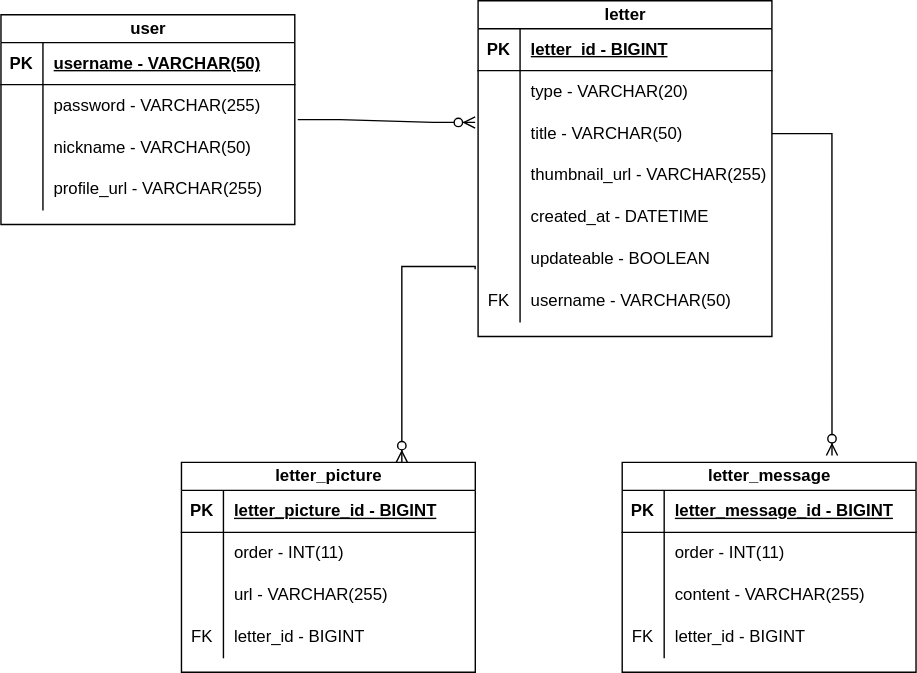
Earlier version of the draw.io export document/erd_hoonsletter.drawio.svg (kangdaelyeol/hoonsletter_back_springboot). Source tidied: cells renumbered, new cells last; positions are measured from the earlier drawing's top-left corner, leaving out a move shared by most shapes.
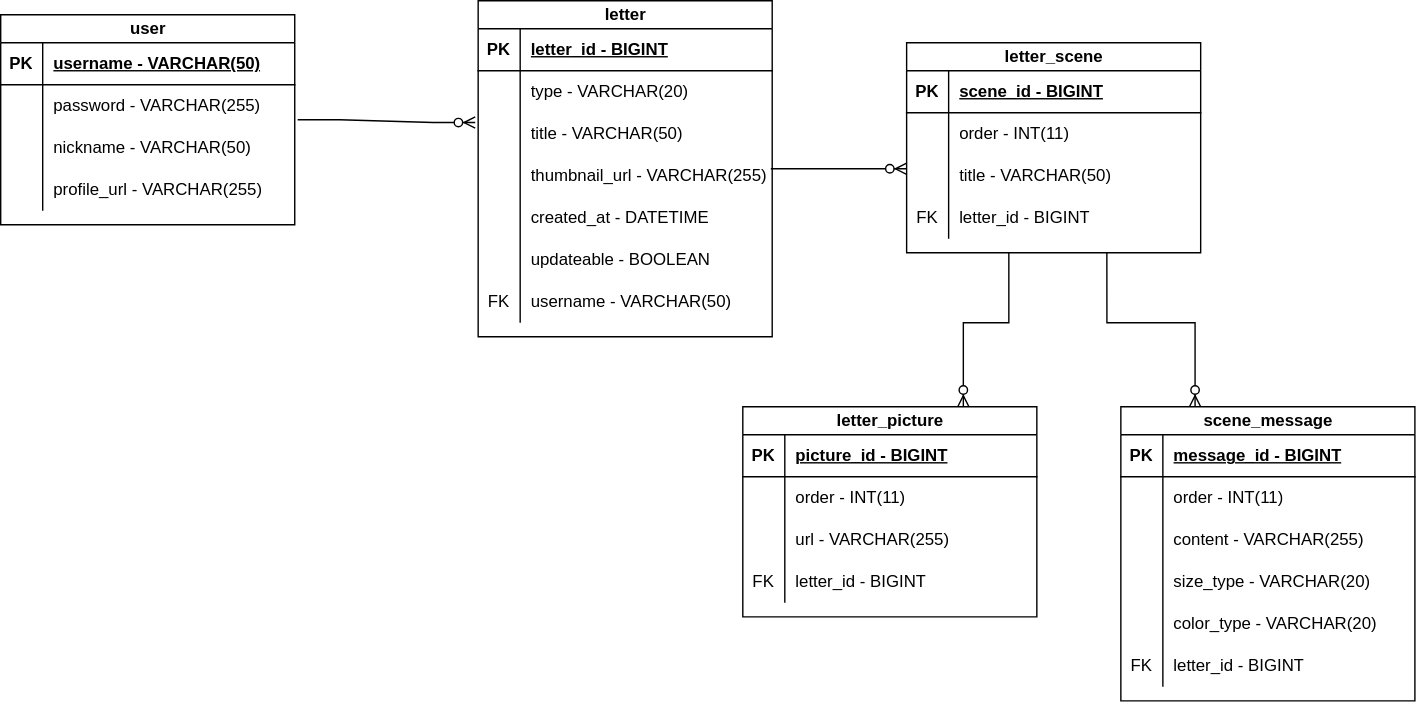
After the change.

What changed in the source:
```diff
@@ -108,7 +108,7 @@
       <mxGeometry x="30" width="180" height="30" as="geometry" />
     </mxCell>
     <mxCell id="37" value="letter_picture" style="shape=table;startSize=20;rowLines=0;fontStyle=1;align=center;html=1;" parent="1" vertex="1">
-      <mxGeometry x="129" y="330" width="210" height="150" as="geometry" />
+      <mxGeometry x="530" y="290" width="210" height="150" as="geometry" />
     </mxCell>
     <mxCell id="38" style="shape=tableRow;horizontal=0;startSize=0;swimlaneHead=0;swimlaneBody=0;fillColor=none;top=0;left=0;right=0;bottom=1;" parent="37" vertex="1">
       <mxGeometry y="20" width="210" height="30" as="geometry" />
@@ -116,7 +116,7 @@
     <mxCell id="39" value="PK" style="shape=partialRectangle;fillColor=none;top=0;left=0;bottom=0;right=0;fontStyle=1;overflow=hidden;whiteSpace=wrap;html=1;" parent="38" vertex="1">
       <mxGeometry width="30" height="30" as="geometry" />
     </mxCell>
-    <mxCell id="40" value="letter_picture_id - BIGINT" style="shape=partialRectangle;fillColor=none;top=0;left=0;bottom=0;right=0;align=left;spacingLeft=6;fontStyle=5;overflow=hidden;whiteSpace=wrap;html=1;" parent="38" vertex="1">
+    <mxCell id="40" value="picture_id - BIGINT" style="shape=partialRectangle;fillColor=none;top=0;left=0;bottom=0;right=0;align=left;spacingLeft=6;fontStyle=5;overflow=hidden;whiteSpace=wrap;html=1;" parent="38" vertex="1">
       <mxGeometry x="30" width="180" height="30" as="geometry" />
     </mxCell>
     <mxCell id="41" style="shape=tableRow;horizontal=0;startSize=0;swimlaneHead=0;swimlaneBody=0;fillColor=none;top=0;left=0;right=0;bottom=0;" parent="37" vertex="1">
@@ -146,8 +146,8 @@
     <mxCell id="49" value="letter_id - BIGINT" style="shape=partialRectangle;fillColor=none;top=0;left=0;bottom=0;right=0;align=left;spacingLeft=6;overflow=hidden;whiteSpace=wrap;html=1;" parent="47" vertex="1">
       <mxGeometry x="30" width="180" height="30" as="geometry" />
     </mxCell>
-    <mxCell id="50" value="letter_message" style="shape=table;startSize=20;rowLines=0;fontStyle=1;align=center;html=1;" parent="1" vertex="1">
-      <mxGeometry x="444" y="330" width="210" height="150" as="geometry" />
+    <mxCell id="50" value="scene_message" style="shape=table;startSize=20;rowLines=0;fontStyle=1;align=center;html=1;" parent="1" vertex="1">
+      <mxGeometry x="800" y="290" width="210" height="210" as="geometry" />
     </mxCell>
     <mxCell id="51" style="shape=tableRow;horizontal=0;startSize=0;swimlaneHead=0;swimlaneBody=0;fillColor=none;top=0;left=0;right=0;bottom=1;" parent="50" vertex="1">
       <mxGeometry y="20" width="210" height="30" as="geometry" />
@@ -155,7 +155,7 @@
     <mxCell id="52" value="PK" style="shape=partialRectangle;fillColor=none;top=0;left=0;bottom=0;right=0;fontStyle=1;overflow=hidden;whiteSpace=wrap;html=1;" parent="51" vertex="1">
       <mxGeometry width="30" height="30" as="geometry" />
     </mxCell>
-    <mxCell id="53" value="letter_message_id - BIGINT" style="shape=partialRectangle;fillColor=none;top=0;left=0;bottom=0;right=0;align=left;spacingLeft=6;fontStyle=5;overflow=hidden;whiteSpace=wrap;html=1;" parent="51" vertex="1">
+    <mxCell id="53" value="message_id - BIGINT" style="shape=partialRectangle;fillColor=none;top=0;left=0;bottom=0;right=0;align=left;spacingLeft=6;fontStyle=5;overflow=hidden;whiteSpace=wrap;html=1;" parent="51" vertex="1">
       <mxGeometry x="30" width="180" height="30" as="geometry" />
     </mxCell>
     <mxCell id="54" style="shape=tableRow;horizontal=0;startSize=0;swimlaneHead=0;swimlaneBody=0;fillColor=none;top=0;left=0;right=0;bottom=0;" parent="50" vertex="1">
@@ -176,8 +176,26 @@
     <mxCell id="59" value="content - VARCHAR(255)" style="shape=partialRectangle;fillColor=none;top=0;left=0;bottom=0;right=0;align=left;spacingLeft=6;overflow=hidden;whiteSpace=wrap;html=1;" parent="57" vertex="1">
       <mxGeometry x="30" width="180" height="30" as="geometry" />
     </mxCell>
+    <mxCell id="66" style="shape=tableRow;horizontal=0;startSize=0;swimlaneHead=0;swimlaneBody=0;fillColor=none;top=0;left=0;right=0;bottom=0;" parent="50" vertex="1">
+      <mxGeometry y="110" width="210" height="30" as="geometry" />
+    </mxCell>
+    <mxCell id="67" style="shape=partialRectangle;fillColor=none;top=0;left=0;bottom=0;right=0;overflow=hidden;whiteSpace=wrap;html=1;" parent="66" vertex="1">
+      <mxGeometry width="30" height="30" as="geometry" />
+    </mxCell>
+    <mxCell id="68" value="size_type - VARCHAR(20)" style="shape=partialRectangle;fillColor=none;top=0;left=0;bottom=0;right=0;align=left;spacingLeft=6;overflow=hidden;whiteSpace=wrap;html=1;" parent="66" vertex="1">
+      <mxGeometry x="30" width="180" height="30" as="geometry" />
+    </mxCell>
+    <mxCell id="69" style="shape=tableRow;horizontal=0;startSize=0;swimlaneHead=0;swimlaneBody=0;fillColor=none;top=0;left=0;right=0;bottom=0;" parent="50" vertex="1">
+      <mxGeometry y="140" width="210" height="30" as="geometry" />
+    </mxCell>
+    <mxCell id="70" style="shape=partialRectangle;fillColor=none;top=0;left=0;bottom=0;right=0;overflow=hidden;whiteSpace=wrap;html=1;" parent="69" vertex="1">
+      <mxGeometry width="30" height="30" as="geometry" />
+    </mxCell>
+    <mxCell id="71" value="color_type - VARCHAR(20)" style="shape=partialRectangle;fillColor=none;top=0;left=0;bottom=0;right=0;align=left;spacingLeft=6;overflow=hidden;whiteSpace=wrap;html=1;" parent="69" vertex="1">
+      <mxGeometry x="30" width="180" height="30" as="geometry" />
+    </mxCell>
     <mxCell id="60" style="shape=tableRow;horizontal=0;startSize=0;swimlaneHead=0;swimlaneBody=0;fillColor=none;top=0;left=0;right=0;bottom=0;" parent="50" vertex="1">
-      <mxGeometry y="110" width="210" height="30" as="geometry" />
+      <mxGeometry y="170" width="210" height="30" as="geometry" />
     </mxCell>
     <mxCell id="61" value="FK" style="shape=partialRectangle;fillColor=none;top=0;left=0;bottom=0;right=0;overflow=hidden;whiteSpace=wrap;html=1;" parent="60" vertex="1">
       <mxGeometry width="30" height="30" as="geometry" />
@@ -188,15 +206,70 @@
     <mxCell id="63" style="edgeStyle=entityRelationEdgeStyle;fontSize=12;html=1;endArrow=ERzeroToMany;endFill=1;rounded=0;exitX=1.01;exitY=0.833;exitDx=0;exitDy=0;exitPerimeter=0;entryX=-0.01;entryY=0.233;entryDx=0;entryDy=0;entryPerimeter=0;" parent="1" edge="1" source="6" target="22">
       <mxGeometry relative="1" as="geometry" />
     </mxCell>
-    <mxCell id="64" style="fontSize=12;html=1;endArrow=ERzeroToMany;endFill=1;rounded=0;exitX=-0.01;exitY=0.733;exitDx=0;exitDy=0;edgeStyle=elbowEdgeStyle;entryX=0.75;entryY=0;entryDx=0;entryDy=0;exitPerimeter=0;elbow=vertical;" parent="1" edge="1" source="31" target="37">
+    <mxCell id="64" style="fontSize=12;html=1;endArrow=ERzeroToMany;endFill=1;rounded=0;edgeStyle=elbowEdgeStyle;entryX=0.75;entryY=0;entryDx=0;entryDy=0;elbow=vertical;" parent="1" edge="1" target="37">
       <mxGeometry relative="1" as="geometry">
+        <mxPoint x="720" y="180" as="sourcePoint" />
         <Array as="points">
-          <mxPoint x="310" y="190" />
+          <mxPoint x="660" y="230" />
         </Array>
       </mxGeometry>
     </mxCell>
-    <mxCell id="65" style="edgeStyle=orthogonalEdgeStyle;fontSize=12;html=1;endArrow=ERzeroToMany;endFill=1;rounded=0;entryX=0.714;entryY=-0.033;entryDx=0;entryDy=0;entryPerimeter=0;exitX=1;exitY=0.5;exitDx=0;exitDy=0;verticalAlign=middle;" parent="1" edge="1" source="22" target="50">
-      <mxGeometry relative="1" as="geometry" />
+    <mxCell id="65" style="edgeStyle=orthogonalEdgeStyle;fontSize=12;html=1;endArrow=ERzeroToMany;endFill=1;rounded=0;entryX=0.25;entryY=0;entryDx=0;entryDy=0;verticalAlign=middle;" parent="1" edge="1" target="50">
+      <mxGeometry relative="1" as="geometry">
+        <mxPoint x="790" y="180" as="sourcePoint" />
+        <Array as="points">
+          <mxPoint x="790" y="230" />
+          <mxPoint x="853" y="230" />
+          <mxPoint x="853" y="290" />
+        </Array>
+      </mxGeometry>
     </mxCell>
+    <mxCell id="72" value="letter_scene" style="shape=table;startSize=20;rowLines=0;fontStyle=1;align=center;html=1;" parent="1" vertex="1">
+      <mxGeometry x="647" y="30" width="210" height="150" as="geometry" />
+    </mxCell>
+    <mxCell id="73" style="shape=tableRow;horizontal=0;startSize=0;swimlaneHead=0;swimlaneBody=0;fillColor=none;top=0;left=0;right=0;bottom=1;" parent="72" vertex="1">
+      <mxGeometry y="20" width="210" height="30" as="geometry" />
+    </mxCell>
+    <mxCell id="74" value="PK" style="shape=partialRectangle;fillColor=none;top=0;left=0;bottom=0;right=0;fontStyle=1;overflow=hidden;whiteSpace=wrap;html=1;" parent="73" vertex="1">
+      <mxGeometry width="30" height="30" as="geometry" />
+    </mxCell>
+    <mxCell id="75" value="scene_id - BIGINT" style="shape=partialRectangle;fillColor=none;top=0;left=0;bottom=0;right=0;align=left;spacingLeft=6;fontStyle=5;overflow=hidden;whiteSpace=wrap;html=1;" parent="73" vertex="1">
+      <mxGeometry x="30" width="180" height="30" as="geometry" />
+    </mxCell>
+    <mxCell id="76" style="shape=tableRow;horizontal=0;startSize=0;swimlaneHead=0;swimlaneBody=0;fillColor=none;top=0;left=0;right=0;bottom=0;" parent="72" vertex="1">
+      <mxGeometry y="50" width="210" height="30" as="geometry" />
+    </mxCell>
+    <mxCell id="77" style="shape=partialRectangle;fillColor=none;top=0;left=0;bottom=0;right=0;overflow=hidden;whiteSpace=wrap;html=1;" parent="76" vertex="1">
+      <mxGeometry width="30" height="30" as="geometry" />
+    </mxCell>
+    <mxCell id="78" value="order - INT(11)" style="shape=partialRectangle;fillColor=none;top=0;left=0;bottom=0;right=0;align=left;spacingLeft=6;overflow=hidden;whiteSpace=wrap;html=1;" parent="76" vertex="1">
+      <mxGeometry x="30" width="180" height="30" as="geometry" />
+    </mxCell>
+    <mxCell id="79" style="shape=tableRow;horizontal=0;startSize=0;swimlaneHead=0;swimlaneBody=0;fillColor=none;points=[[0,0.5],[1,0.5]];portConstraint=eastwest;top=0;left=0;right=0;bottom=0;" parent="72" vertex="1">
+      <mxGeometry y="80" width="210" height="30" as="geometry" />
+    </mxCell>
+    <mxCell id="80" style="shape=partialRectangle;fillColor=none;top=0;left=0;bottom=0;right=0;overflow=hidden;whiteSpace=wrap;html=1;" parent="79" vertex="1">
+      <mxGeometry width="30" height="30" as="geometry" />
+    </mxCell>
+    <mxCell id="81" value="title - VARCHAR(50)" style="shape=partialRectangle;fillColor=none;top=0;left=0;bottom=0;right=0;align=left;spacingLeft=6;overflow=hidden;whiteSpace=wrap;html=1;" parent="79" vertex="1">
+      <mxGeometry x="30" width="180" height="30" as="geometry" />
+    </mxCell>
+    <mxCell id="82" style="shape=tableRow;horizontal=0;startSize=0;swimlaneHead=0;swimlaneBody=0;fillColor=none;top=0;left=0;right=0;bottom=0;" parent="72" vertex="1">
+      <mxGeometry y="110" width="210" height="30" as="geometry" />
+    </mxCell>
+    <mxCell id="83" value="FK" style="shape=partialRectangle;fillColor=none;top=0;left=0;bottom=0;right=0;overflow=hidden;whiteSpace=wrap;html=1;" parent="82" vertex="1">
+      <mxGeometry width="30" height="30" as="geometry" />
+    </mxCell>
+    <mxCell id="84" value="letter_id - BIGINT" style="shape=partialRectangle;fillColor=none;top=0;left=0;bottom=0;right=0;align=left;spacingLeft=6;overflow=hidden;whiteSpace=wrap;html=1;" parent="82" vertex="1">
+      <mxGeometry x="30" width="180" height="30" as="geometry" />
+    </mxCell>
+    <mxCell id="85" style="fontSize=12;html=1;endArrow=ERzeroToMany;endFill=1;rounded=0;edgeStyle=elbowEdgeStyle;elbow=vertical;" parent="1" edge="1" target="79">
+      <mxGeometry relative="1" as="geometry">
+        <mxPoint x="590" y="120" as="sourcePoint" />
+        <Array as="points">
+          <mxPoint x="550" y="120" />
+        </Array>
+      </mxGeometry>
+    </mxCell>
   </root>
 </mxGraphModel>
```
